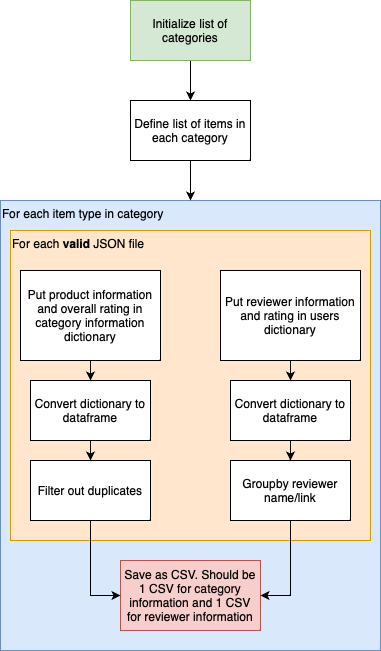
K-Winkles/kaban-multimodel-recommender keeps this draw.io diagram as images/DataCleaning.png. Above is the earlier version. Source tidied: cells renumbered, new cells last; positions are measured from the earlier drawing's top-left corner, leaving out a move shared by most shapes. The source it was exported from:
```xml
<mxGraphModel>
  <root>
    <mxCell id="0" />
    <mxCell id="1" parent="0" />
    <mxCell id="2" value="For each item type in category" style="rounded=0;whiteSpace=wrap;html=1;verticalAlign=top;align=left;fillColor=#dae8fc;strokeColor=#6c8ebf;" parent="1" vertex="1">
      <mxGeometry y="200" width="380" height="450" as="geometry" />
    </mxCell>
    <mxCell id="3" value="For each &lt;b&gt;valid&lt;/b&gt; JSON file" style="rounded=0;whiteSpace=wrap;html=1;verticalAlign=top;align=left;fillColor=#ffe6cc;strokeColor=#d79b00;" parent="1" vertex="1">
      <mxGeometry x="10" y="230" width="360" height="310" as="geometry" />
    </mxCell>
    <mxCell id="4" style="edgeStyle=orthogonalEdgeStyle;rounded=0;jettySize=auto;html=1;exitX=0.5;exitY=1;exitDx=0;exitDy=0;entryX=0.5;entryY=0;entryDx=0;entryDy=0;" parent="1" edge="1" source="5" target="2">
      <mxGeometry relative="1" as="geometry" />
    </mxCell>
    <mxCell id="5" value="Define list of items in each category" style="rounded=0;whiteSpace=wrap;html=1;" parent="1" vertex="1">
      <mxGeometry x="130" y="100" width="120" height="60" as="geometry" />
    </mxCell>
    <mxCell id="6" style="edgeStyle=orthogonalEdgeStyle;rounded=0;jettySize=auto;html=1;exitX=0.5;exitY=1;exitDx=0;exitDy=0;entryX=0.5;entryY=0;entryDx=0;entryDy=0;" parent="1" edge="1" source="7" target="5">
      <mxGeometry relative="1" as="geometry" />
    </mxCell>
    <mxCell id="7" value="Initialize list of categories" style="rounded=0;whiteSpace=wrap;html=1;fillColor=#d5e8d4;strokeColor=#82b366;" parent="1" vertex="1">
      <mxGeometry x="130" width="120" height="60" as="geometry" />
    </mxCell>
    <mxCell id="8" style="edgeStyle=orthogonalEdgeStyle;rounded=0;jettySize=auto;html=1;exitX=0.5;exitY=1;exitDx=0;exitDy=0;entryX=0.5;entryY=0;entryDx=0;entryDy=0;" parent="1" edge="1" source="9" target="20">
      <mxGeometry relative="1" as="geometry" />
    </mxCell>
    <mxCell id="9" value="Put product information and overall rating in category information dictionary" style="rounded=0;whiteSpace=wrap;html=1;" parent="1" vertex="1">
      <mxGeometry x="20" y="270" width="140" height="90" as="geometry" />
    </mxCell>
    <mxCell id="10" value="Save as CSV. Should be 1 CSV for category information and 1 CSV for reviewer information" style="rounded=0;whiteSpace=wrap;html=1;fillColor=#f8cecc;strokeColor=#b85450;" parent="1" vertex="1">
      <mxGeometry x="120" y="560" width="140" height="70" as="geometry" />
    </mxCell>
    <mxCell id="11" style="edgeStyle=orthogonalEdgeStyle;rounded=0;jettySize=auto;html=1;exitX=0.5;exitY=1;exitDx=0;exitDy=0;" parent="1" edge="1" source="12" target="16">
      <mxGeometry relative="1" as="geometry" />
    </mxCell>
    <mxCell id="12" value="Convert dictionary to dataframe" style="rounded=0;whiteSpace=wrap;html=1;" parent="1" vertex="1">
      <mxGeometry x="230" y="380" width="120" height="60" as="geometry" />
    </mxCell>
    <mxCell id="13" style="edgeStyle=orthogonalEdgeStyle;rounded=0;jettySize=auto;html=1;exitX=0.5;exitY=1;exitDx=0;exitDy=0;entryX=0.5;entryY=0;entryDx=0;entryDy=0;" parent="1" edge="1" source="14" target="12">
      <mxGeometry relative="1" as="geometry" />
    </mxCell>
    <mxCell id="14" value="Put reviewer information and rating in users dictionary" style="rounded=0;whiteSpace=wrap;html=1;" parent="1" vertex="1">
      <mxGeometry x="220" y="270" width="140" height="90" as="geometry" />
    </mxCell>
    <mxCell id="15" style="edgeStyle=orthogonalEdgeStyle;rounded=0;jettySize=auto;html=1;exitX=0.5;exitY=1;exitDx=0;exitDy=0;entryX=1;entryY=0.5;entryDx=0;entryDy=0;" parent="1" edge="1" source="16" target="10">
      <mxGeometry relative="1" as="geometry" />
    </mxCell>
    <mxCell id="16" value="Groupby reviewer name/link" style="rounded=0;whiteSpace=wrap;html=1;" parent="1" vertex="1">
      <mxGeometry x="230" y="460" width="120" height="60" as="geometry" />
    </mxCell>
    <mxCell id="17" style="edgeStyle=orthogonalEdgeStyle;rounded=0;jettySize=auto;html=1;exitX=0.5;exitY=1;exitDx=0;exitDy=0;entryX=0;entryY=0.5;entryDx=0;entryDy=0;" parent="1" edge="1" source="18" target="10">
      <mxGeometry relative="1" as="geometry" />
    </mxCell>
    <mxCell id="18" value="Filter out duplicates" style="rounded=0;whiteSpace=wrap;html=1;" parent="1" vertex="1">
      <mxGeometry x="30" y="460" width="120" height="60" as="geometry" />
    </mxCell>
    <mxCell id="19" style="edgeStyle=orthogonalEdgeStyle;rounded=0;jettySize=auto;html=1;exitX=0.5;exitY=1;exitDx=0;exitDy=0;entryX=0.5;entryY=0;entryDx=0;entryDy=0;" parent="1" edge="1" source="20" target="18">
      <mxGeometry relative="1" as="geometry" />
    </mxCell>
    <mxCell id="20" value="Convert dictionary to dataframe" style="rounded=0;whiteSpace=wrap;html=1;" parent="1" vertex="1">
      <mxGeometry x="30" y="380" width="120" height="60" as="geometry" />
    </mxCell>
  </root>
</mxGraphModel>
```
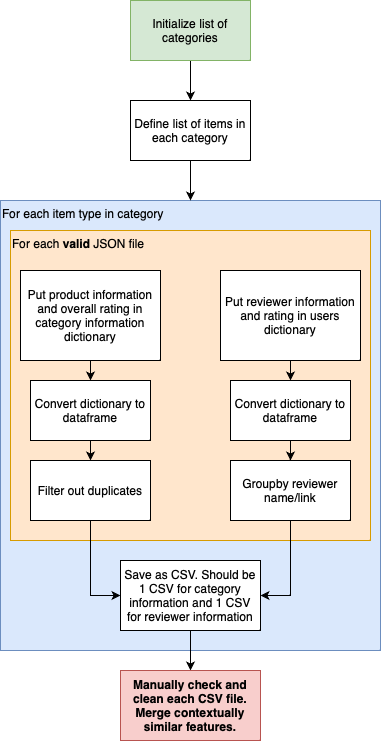
After the commit.

Commit message:
update data cleaning diagram to make it clear that we are doing manual labor

Diff of the diagram source:
```diff
@@ -26,7 +26,10 @@
     <mxCell id="9" value="Put product information and overall rating in category information dictionary" style="rounded=0;whiteSpace=wrap;html=1;" parent="1" vertex="1">
       <mxGeometry x="20" y="270" width="140" height="90" as="geometry" />
     </mxCell>
+    <mxCell id="21" style="edgeStyle=orthogonalEdgeStyle;rounded=0;jettySize=auto;html=1;exitX=0.5;exitY=1;exitDx=0;exitDy=0;entryX=0.5;entryY=0;entryDx=0;entryDy=0;" parent="1" edge="1" source="10" target="22">
+      <mxGeometry relative="1" as="geometry" />
+    </mxCell>
-    <mxCell id="10" value="Save as CSV. Should be 1 CSV for category information and 1 CSV for reviewer information" style="rounded=0;whiteSpace=wrap;html=1;fillColor=#f8cecc;strokeColor=#b85450;" parent="1" vertex="1">
+    <mxCell id="10" value="Save as CSV. Should be 1 CSV for category information and 1 CSV for reviewer information" style="rounded=0;whiteSpace=wrap;html=1;" parent="1" vertex="1">
       <mxGeometry x="120" y="560" width="140" height="70" as="geometry" />
     </mxCell>
     <mxCell id="11" style="edgeStyle=orthogonalEdgeStyle;rounded=0;jettySize=auto;html=1;exitX=0.5;exitY=1;exitDx=0;exitDy=0;" parent="1" edge="1" source="12" target="16">
@@ -59,5 +62,8 @@
     <mxCell id="20" value="Convert dictionary to dataframe" style="rounded=0;whiteSpace=wrap;html=1;" parent="1" vertex="1">
       <mxGeometry x="30" y="380" width="120" height="60" as="geometry" />
     </mxCell>
+    <mxCell id="22" value="&lt;b&gt;Manually check and clean each CSV file. Merge contextually similar features.&lt;/b&gt;" style="rounded=0;whiteSpace=wrap;html=1;fillColor=#f8cecc;strokeColor=#b85450;" parent="1" vertex="1">
+      <mxGeometry x="120" y="670" width="140" height="70" as="geometry" />
+    </mxCell>
   </root>
 </mxGraphModel>
```
